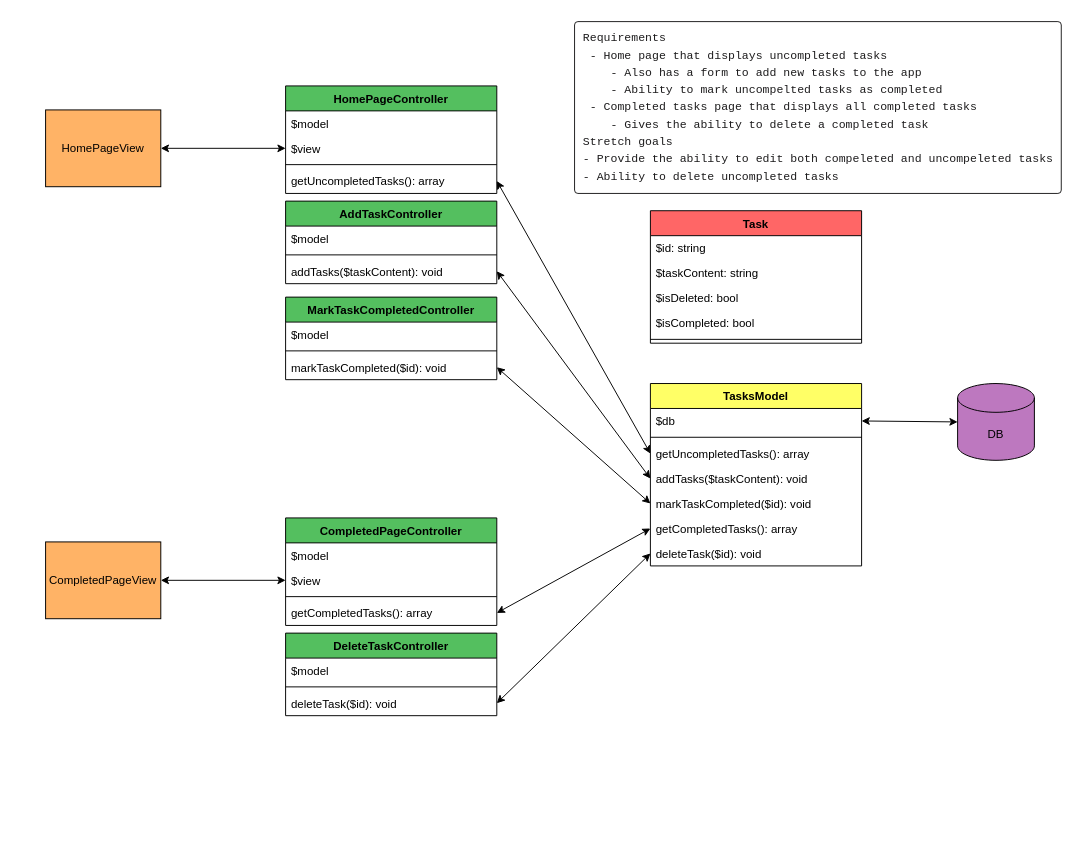
Before: Untitled.drawio in dotNATE/slim-practice, a draw.io diagram. Source tidied: cells renumbered, new cells numbered last; positions are measured from the earlier drawing's top-left corner, leaving out a move shared by most shapes. Both pictures are drawn from the tidied source at 96%, with x=0, y=0 at pixel (45, 20).
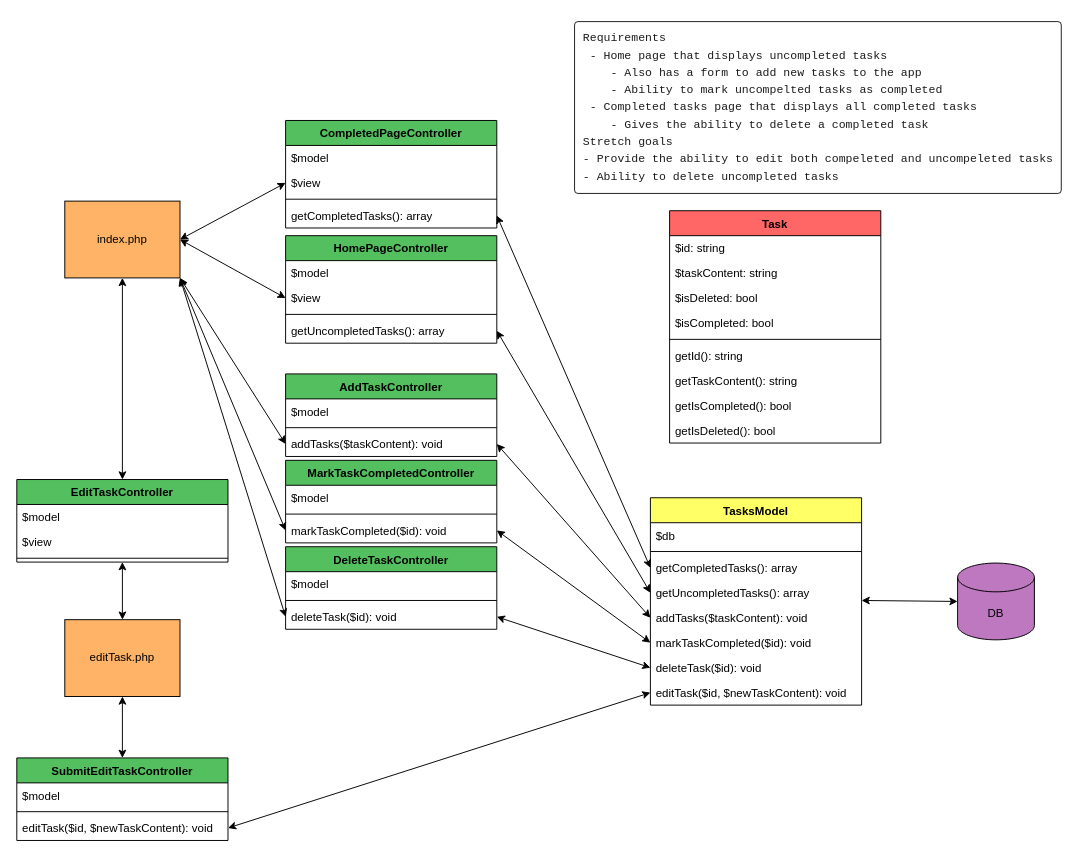
After the change.

Unchanged cells that the change refers to:
```xml
<mxCell id="21" value="addTasks($taskContent): void" style="text;strokeColor=none;fillColor=none;align=left;verticalAlign=top;spacingLeft=4;spacingRight=4;overflow=hidden;points=[[0,0.5],[1,0.5]];portConstraint=eastwest;" parent="18" vertex="1">
  <mxGeometry y="60" width="220" height="26" as="geometry" />
</mxCell>
<mxCell id="31" value="markTaskCompleted($id): void" style="text;strokeColor=none;fillColor=none;align=left;verticalAlign=top;spacingLeft=4;spacingRight=4;overflow=hidden;points=[[0,0.5],[1,0.5]];portConstraint=eastwest;" parent="28" vertex="1">
  <mxGeometry y="60" width="220" height="26" as="geometry" />
</mxCell>
<mxCell id="34" value="$view" style="text;strokeColor=none;fillColor=none;align=left;verticalAlign=top;spacingLeft=4;spacingRight=4;overflow=hidden;points=[[0,0.5],[1,0.5]];portConstraint=eastwest;" parent="32" vertex="1">
  <mxGeometry y="52" width="220" height="26" as="geometry" />
</mxCell>
<mxCell id="40" value="deleteTask($id): void" style="text;strokeColor=none;fillColor=none;align=left;verticalAlign=top;spacingLeft=4;spacingRight=4;overflow=hidden;points=[[0,0.5],[1,0.5]];portConstraint=eastwest;" parent="37" vertex="1">
  <mxGeometry y="60" width="220" height="26" as="geometry" />
</mxCell>
<mxCell id="42" value="$db" style="text;strokeColor=none;fillColor=none;align=left;verticalAlign=top;spacingLeft=4;spacingRight=4;overflow=hidden;points=[[0,0.5],[1,0.5]];portConstraint=eastwest;" parent="41" vertex="1">
  <mxGeometry y="26" width="220" height="26" as="geometry" />
</mxCell>
<mxCell id="48" value="deleteTask($id): void" style="text;strokeColor=none;fillColor=none;align=left;verticalAlign=top;spacingLeft=4;spacingRight=4;overflow=hidden;points=[[0,0.5],[1,0.5]];portConstraint=eastwest;" parent="41" vertex="1">
  <mxGeometry y="164" width="220" height="26" as="geometry" />
</mxCell>
```

The edit, as a diff of the source:
```diff
@@
     <mxCell id="2" value="DB" style="shape=cylinder3;whiteSpace=wrap;html=1;boundedLbl=1;backgroundOutline=1;size=15;shadow=0;fillColor=#BD78BF;" parent="1" vertex="1">
-      <mxGeometry x="950" y="378" width="80" height="80" as="geometry" />
+      <mxGeometry x="950" y="565" width="80" height="80" as="geometry" />
     </mxCell>
-    <mxCell id="3" value="HomePageView" style="rounded=0;whiteSpace=wrap;html=1;shadow=0;fillColor=#FFB366;" parent="1" vertex="1">
-      <mxGeometry y="93" width="120" height="80" as="geometry" />
+    <mxCell id="3" value="index.php" style="rounded=0;whiteSpace=wrap;html=1;shadow=0;fillColor=#FFB366;" parent="1" vertex="1">
+      <mxGeometry x="20" y="188" width="120" height="80" as="geometry" />
     </mxCell>
-    <mxCell id="4" value="CompletedPageView" style="rounded=0;whiteSpace=wrap;html=1;shadow=0;fillColor=#FFB366;" parent="1" vertex="1">
-      <mxGeometry y="543" width="120" height="80" as="geometry" />
-    </mxCell>
-    <mxCell id="5" style="endArrow=classic;startArrow=classic;html=1;exitX=1;exitY=0.5;exitDx=0;exitDy=0;entryX=0;entryY=0.5;entryDx=0;entryDy=0;entryPerimeter=0;" parent="1" edge="1" source="42" target="2">
-      <mxGeometry relative="1" as="geometry" />
+    <mxCell id="5" style="endArrow=classic;startArrow=classic;html=1;exitX=1;exitY=0.5;exitDx=0;exitDy=0;entryX=0;entryY=0.5;entryDx=0;entryDy=0;entryPerimeter=0;" parent="1" edge="1" target="2">
+      <mxGeometry relative="1" as="geometry">
+        <mxPoint x="850" y="604" as="sourcePoint" />
+      </mxGeometry>
     </mxCell>
@@
-    <mxCell id="10" style="endArrow=classic;startArrow=classic;html=1;exitX=1;exitY=0.5;exitDx=0;exitDy=0;entryX=0;entryY=0.5;entryDx=0;entryDy=0;" parent="1" edge="1" source="40" target="48">
+    <mxCell id="10" style="endArrow=classic;startArrow=classic;html=1;exitX=1;exitY=0.5;exitDx=0;exitDy=0;entryX=0;entryY=0.5;entryDx=0;entryDy=0;" parent="1" edge="1" source="62" target="54">
       <mxGeometry relative="1" as="geometry" />
     </mxCell>
-    <mxCell id="11" style="endArrow=classic;startArrow=classic;html=1;entryX=1;entryY=0.5;entryDx=0;entryDy=0;exitX=0;exitY=0.5;exitDx=0;exitDy=0;" parent="1" edge="1" source="34" target="4">
+    <mxCell id="11" style="endArrow=classic;startArrow=classic;html=1;entryX=1;entryY=0.5;entryDx=0;entryDy=0;exitX=0;exitY=0.5;exitDx=0;exitDy=0;" parent="1" edge="1" source="34" target="3">
       <mxGeometry relative="1" as="geometry" />
     </mxCell>
@@
     <mxCell id="13" value="HomePageController" style="swimlane;fontStyle=1;align=center;verticalAlign=top;horizontal=1;startSize=26;fillColor=#54BF5F;" parent="1" vertex="1">
-      <mxGeometry x="250" y="68" width="220" height="112" as="geometry" />
+      <mxGeometry x="250" y="224" width="220" height="112" as="geometry" />
     </mxCell>
@@
     <mxCell id="18" value="AddTaskController" style="swimlane;fontStyle=1;align=center;verticalAlign=top;horizontal=1;startSize=26;fillColor=#54BF5F;" parent="1" vertex="1">
-      <mxGeometry x="250" y="188" width="220" height="86" as="geometry" />
+      <mxGeometry x="250" y="368" width="220" height="86" as="geometry" />
     </mxCell>
@@
     <mxCell id="22" value="Task" style="swimlane;fontStyle=1;align=center;verticalAlign=top;horizontal=1;startSize=26;fillColor=#FF6666;" parent="1" vertex="1">
-      <mxGeometry x="630" y="198" width="220" height="138" as="geometry" />
+      <mxGeometry x="650" y="198" width="220" height="242" as="geometry" />
     </mxCell>
@@
+    <mxCell id="50" value="getId(): string" style="text;strokeColor=none;fillColor=none;align=left;verticalAlign=top;spacingLeft=4;spacingRight=4;overflow=hidden;" parent="22" vertex="1">
+      <mxGeometry y="138" width="220" height="26" as="geometry" />
+    </mxCell>
+    <mxCell id="51" value="getTaskContent(): string" style="text;strokeColor=none;fillColor=none;align=left;verticalAlign=top;spacingLeft=4;spacingRight=4;overflow=hidden;" parent="22" vertex="1">
+      <mxGeometry y="164" width="220" height="26" as="geometry" />
+    </mxCell>
+    <mxCell id="52" value="getIsCompleted(): bool" style="text;strokeColor=none;fillColor=none;align=left;verticalAlign=top;spacingLeft=4;spacingRight=4;overflow=hidden;" parent="22" vertex="1">
+      <mxGeometry y="190" width="220" height="26" as="geometry" />
+    </mxCell>
+    <mxCell id="53" value="getIsDeleted(): bool" style="text;strokeColor=none;fillColor=none;align=left;verticalAlign=top;spacingLeft=4;spacingRight=4;overflow=hidden;" parent="22" vertex="1">
+      <mxGeometry y="216" width="220" height="26" as="geometry" />
+    </mxCell>
     <mxCell id="28" value="MarkTaskCompletedController" style="swimlane;fontStyle=1;align=center;verticalAlign=top;horizontal=1;startSize=26;fillColor=#54BF5F;" parent="1" vertex="1">
-      <mxGeometry x="250" y="288" width="220" height="86" as="geometry" />
+      <mxGeometry x="250" y="458" width="220" height="86" as="geometry" />
     </mxCell>
@@
     <mxCell id="32" value="CompletedPageController" style="swimlane;fontStyle=1;align=center;verticalAlign=top;horizontal=1;startSize=26;fillColor=#54BF5F;" parent="1" vertex="1">
-      <mxGeometry x="250" y="518" width="220" height="112" as="geometry" />
+      <mxGeometry x="250" y="104" width="220" height="112" as="geometry" />
     </mxCell>
@@
     <mxCell id="37" value="DeleteTaskController" style="swimlane;fontStyle=1;align=center;verticalAlign=top;horizontal=1;startSize=26;fillColor=#54BF5F;" parent="1" vertex="1">
-      <mxGeometry x="250" y="638" width="220" height="86" as="geometry" />
+      <mxGeometry x="250" y="548" width="220" height="86" as="geometry" />
     </mxCell>
@@
     <mxCell id="41" value="TasksModel" style="swimlane;fontStyle=1;align=center;verticalAlign=top;horizontal=1;startSize=26;fillColor=#FFFF66;" parent="1" vertex="1">
-      <mxGeometry x="630" y="378" width="220" height="190" as="geometry" />
+      <mxGeometry x="630" y="497" width="220" height="216" as="geometry" />
     </mxCell>
@@
+    <mxCell id="47" value="getCompletedTasks(): array" style="text;strokeColor=none;fillColor=none;align=left;verticalAlign=top;spacingLeft=4;spacingRight=4;overflow=hidden;points=[[0,0.5],[1,0.5]];portConstraint=eastwest;" parent="41" vertex="1">
+      <mxGeometry y="60" width="220" height="26" as="geometry" />
+    </mxCell>
     <mxCell id="44" value="getUncompletedTasks(): array" style="text;strokeColor=none;fillColor=none;align=left;verticalAlign=top;spacingLeft=4;spacingRight=4;overflow=hidden;points=[[0,0.5],[1,0.5]];portConstraint=eastwest;" parent="41" vertex="1">
-      <mxGeometry y="60" width="220" height="26" as="geometry" />
+      <mxGeometry y="86" width="220" height="26" as="geometry" />
     </mxCell>
     <mxCell id="45" value="addTasks($taskContent): void" style="text;strokeColor=none;fillColor=none;align=left;verticalAlign=top;spacingLeft=4;spacingRight=4;overflow=hidden;points=[[0,0.5],[1,0.5]];portConstraint=eastwest;" parent="41" vertex="1">
-      <mxGeometry y="86" width="220" height="26" as="geometry" />
+      <mxGeometry y="112" width="220" height="26" as="geometry" />
     </mxCell>
     <mxCell id="46" value="markTaskCompleted($id): void" style="text;strokeColor=none;fillColor=none;align=left;verticalAlign=top;spacingLeft=4;spacingRight=4;overflow=hidden;points=[[0,0.5],[1,0.5]];portConstraint=eastwest;" parent="41" vertex="1">
-      <mxGeometry y="112" width="220" height="26" as="geometry" />
+      <mxGeometry y="138" width="220" height="26" as="geometry" />
     </mxCell>
-    <mxCell id="47" value="getCompletedTasks(): array" style="text;strokeColor=none;fillColor=none;align=left;verticalAlign=top;spacingLeft=4;spacingRight=4;overflow=hidden;points=[[0,0.5],[1,0.5]];portConstraint=eastwest;" parent="41" vertex="1">
-      <mxGeometry y="138" width="220" height="26" as="geometry" />
-    </mxCell>
@@
+    <mxCell id="54" value="editTask($id, $newTaskContent): void" style="text;strokeColor=none;fillColor=none;align=left;verticalAlign=top;spacingLeft=4;spacingRight=4;overflow=hidden;points=[[0,0.5],[1,0.5]];portConstraint=eastwest;" parent="41" vertex="1">
+      <mxGeometry y="190" width="220" height="26" as="geometry" />
+    </mxCell>
@@
+    <mxCell id="55" value="EditTaskController" style="swimlane;fontStyle=1;align=center;verticalAlign=top;horizontal=1;startSize=26;fillColor=#54BF5F;" parent="1" vertex="1">
+      <mxGeometry x="-30" y="478" width="220" height="86" as="geometry" />
+    </mxCell>
+    <mxCell id="56" value="$model" style="text;strokeColor=none;fillColor=none;align=left;verticalAlign=top;spacingLeft=4;spacingRight=4;overflow=hidden;" parent="55" vertex="1">
+      <mxGeometry y="26" width="220" height="26" as="geometry" />
+    </mxCell>
+    <mxCell id="57" value="$view" style="text;strokeColor=none;fillColor=none;align=left;verticalAlign=top;spacingLeft=4;spacingRight=4;overflow=hidden;" parent="55" vertex="1">
+      <mxGeometry y="52" width="220" height="26" as="geometry" />
+    </mxCell>
+    <mxCell id="58" style="line;strokeWidth=1;fillColor=none;align=left;verticalAlign=middle;spacingTop=-1;spacingLeft=3;spacingRight=3;labelPosition=right;" parent="55" vertex="1">
+      <mxGeometry y="78" width="220" height="8" as="geometry" />
+    </mxCell>
+    <mxCell id="59" value="SubmitEditTaskController" style="swimlane;fontStyle=1;align=center;verticalAlign=top;horizontal=1;startSize=26;fillColor=#54BF5F;" parent="1" vertex="1">
+      <mxGeometry x="-30" y="768" width="220" height="86" as="geometry" />
+    </mxCell>
+    <mxCell id="60" value="$model" style="text;strokeColor=none;fillColor=none;align=left;verticalAlign=top;spacingLeft=4;spacingRight=4;overflow=hidden;" parent="59" vertex="1">
+      <mxGeometry y="26" width="220" height="26" as="geometry" />
+    </mxCell>
+    <mxCell id="61" style="line;strokeWidth=1;fillColor=none;align=left;verticalAlign=middle;spacingTop=-1;spacingLeft=3;spacingRight=3;labelPosition=right;" parent="59" vertex="1">
+      <mxGeometry y="52" width="220" height="8" as="geometry" />
+    </mxCell>
+    <mxCell id="62" value="editTask($id, $newTaskContent): void" style="text;strokeColor=none;fillColor=none;align=left;verticalAlign=top;spacingLeft=4;spacingRight=4;overflow=hidden;points=[[0,0.5],[1,0.5]];portConstraint=eastwest;" parent="59" vertex="1">
+      <mxGeometry y="60" width="220" height="26" as="geometry" />
+    </mxCell>
+    <mxCell id="63" style="endArrow=classic;startArrow=classic;html=1;exitX=1;exitY=0.5;exitDx=0;exitDy=0;entryX=0;entryY=0.5;entryDx=0;entryDy=0;" parent="1" edge="1" source="40" target="48">
+      <mxGeometry relative="1" as="geometry" />
+    </mxCell>
+    <mxCell id="64" value="editTask.php" style="rounded=0;whiteSpace=wrap;html=1;shadow=0;fillColor=#FFB366;" parent="1" vertex="1">
+      <mxGeometry x="20" y="624" width="120" height="80" as="geometry" />
+    </mxCell>
+    <mxCell id="65" style="endArrow=classic;startArrow=classic;html=1;exitX=0.5;exitY=1;exitDx=0;exitDy=0;entryX=0.5;entryY=0;entryDx=0;entryDy=0;" parent="1" edge="1" source="55" target="64">
+      <mxGeometry relative="1" as="geometry" />
+    </mxCell>
+    <mxCell id="66" style="endArrow=classic;startArrow=classic;html=1;exitX=0.5;exitY=0;exitDx=0;exitDy=0;entryX=0.5;entryY=1;entryDx=0;entryDy=0;" parent="1" edge="1" source="55" target="3">
+      <mxGeometry relative="1" as="geometry" />
+    </mxCell>
+    <mxCell id="67" style="endArrow=classic;startArrow=classic;html=1;exitX=0.5;exitY=1;exitDx=0;exitDy=0;entryX=0.5;entryY=0;entryDx=0;entryDy=0;" parent="1" edge="1" source="64" target="59">
+      <mxGeometry relative="1" as="geometry" />
+    </mxCell>
+    <mxCell id="68" style="endArrow=classic;startArrow=classic;html=1;exitX=0;exitY=0.5;exitDx=0;exitDy=0;entryX=1;entryY=1;entryDx=0;entryDy=0;" parent="1" edge="1" source="21" target="3">
+      <mxGeometry relative="1" as="geometry" />
+    </mxCell>
+    <mxCell id="69" style="endArrow=classic;startArrow=classic;html=1;exitX=0;exitY=0.5;exitDx=0;exitDy=0;entryX=1;entryY=1;entryDx=0;entryDy=0;" parent="1" edge="1" source="31" target="3">
+      <mxGeometry relative="1" as="geometry" />
+    </mxCell>
+    <mxCell id="70" style="endArrow=classic;startArrow=classic;html=1;exitX=0;exitY=0.5;exitDx=0;exitDy=0;" parent="1" edge="1" source="40">
+      <mxGeometry relative="1" as="geometry">
+        <mxPoint x="140" y="268" as="targetPoint" />
+      </mxGeometry>
+    </mxCell>
```
